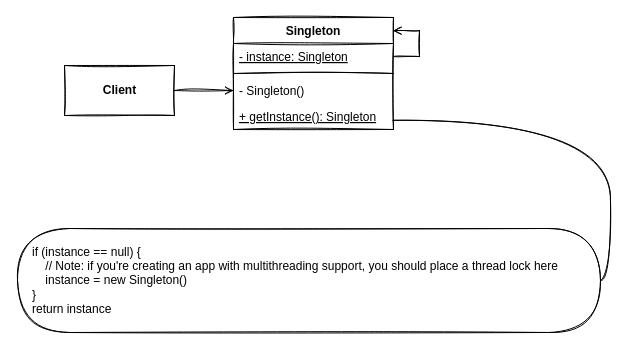
This is page "Standard" (1 of 2) of src/05-Singleton/UML.drawio from MangoPomelo/DesignPatternPractice, a draw.io file, before an edit. Source tidied: cells renumbered, new cells numbered last; positions are measured from the earlier drawing's top-left corner, leaving out a move shared by most shapes. Both pictures are drawn from the tidied source at 100%, with x=0, y=0 at pixel (17, 17).
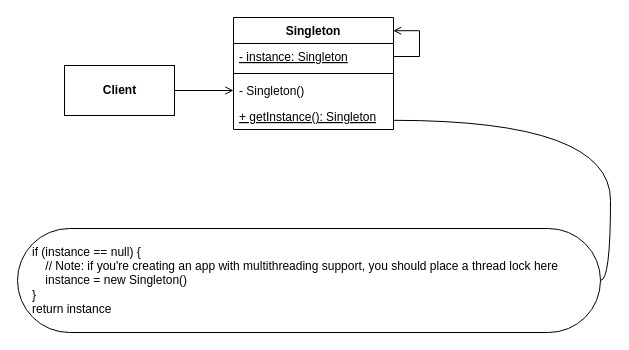
After the change.

What changed in the source:
```diff
@@
 <mxGraphModel>
   <root>
     <mxCell id="0" />
     <mxCell id="1" parent="0" />
-    <mxCell id="2" style="edgeStyle=none;sketch=1;html=1;endArrow=open;endFill=0;" parent="1" edge="1" source="3" target="8">
+    <mxCell id="2" style="edgeStyle=none;html=1;endArrow=open;endFill=0;" parent="1" edge="1" source="3" target="8">
       <mxGeometry relative="1" as="geometry" />
     </mxCell>
-    <mxCell id="3" value="Client" style="html=1;sketch=1;fontStyle=1;" parent="1" vertex="1">
+    <mxCell id="3" value="Client" style="html=1;fontStyle=1;" parent="1" vertex="1">
       <mxGeometry x="47" y="48" width="110" height="50" as="geometry" />
     </mxCell>
-    <mxCell id="4" value="Singleton" style="swimlane;fontStyle=1;align=center;verticalAlign=top;horizontal=1;startSize=26;sketch=1;" parent="1" vertex="1">
+    <mxCell id="4" value="Singleton" style="swimlane;fontStyle=1;align=center;verticalAlign=top;horizontal=1;startSize=26;" parent="1" vertex="1">
       <mxGeometry x="216" width="160" height="112" as="geometry" />
     </mxCell>
-    <mxCell id="5" style="edgeStyle=orthogonalEdgeStyle;rounded=0;sketch=1;html=1;exitX=1;exitY=0.5;exitDx=0;exitDy=0;entryX=0.998;entryY=0.118;entryDx=0;entryDy=0;entryPerimeter=0;endArrow=open;endFill=0;" parent="4" edge="1" source="6" target="4">
+    <mxCell id="5" style="edgeStyle=orthogonalEdgeStyle;rounded=0;html=1;exitX=1;exitY=0.5;exitDx=0;exitDy=0;entryX=0.998;entryY=0.118;entryDx=0;entryDy=0;entryPerimeter=0;endArrow=open;endFill=0;" parent="4" edge="1" source="6" target="4">
       <mxGeometry relative="1" as="geometry">
         <Array as="points">
           <mxPoint x="186" y="39" />
           <mxPoint x="186" y="13" />
         </Array>
       </mxGeometry>
     </mxCell>
-    <mxCell id="6" value="- instance: Singleton" style="text;strokeColor=none;fillColor=none;align=left;verticalAlign=top;spacingLeft=4;spacingRight=4;overflow=hidden;points=[[0,0.5],[1,0.5]];portConstraint=eastwest;sketch=1;fontStyle=4;" parent="4" vertex="1">
+    <mxCell id="6" value="- instance: Singleton" style="text;strokeColor=none;fillColor=none;align=left;verticalAlign=top;spacingLeft=4;spacingRight=4;overflow=hidden;points=[[0,0.5],[1,0.5]];portConstraint=eastwest;fontStyle=4;" parent="4" vertex="1">
       <mxGeometry y="26" width="160" height="26" as="geometry" />
     </mxCell>
-    <mxCell id="7" style="line;strokeWidth=1;fillColor=none;align=left;verticalAlign=middle;spacingTop=-1;spacingLeft=3;spacingRight=3;labelPosition=right;sketch=1;" parent="4" vertex="1">
+    <mxCell id="7" style="line;strokeWidth=1;fillColor=none;align=left;verticalAlign=middle;spacingTop=-1;spacingLeft=3;spacingRight=3;labelPosition=right;" parent="4" vertex="1">
       <mxGeometry y="52" width="160" height="8" as="geometry" />
     </mxCell>
-    <mxCell id="8" value="- Singleton()" style="text;strokeColor=none;fillColor=none;align=left;verticalAlign=top;spacingLeft=4;spacingRight=4;overflow=hidden;points=[[0,0.5],[1,0.5]];portConstraint=eastwest;sketch=1;" parent="4" vertex="1">
+    <mxCell id="8" value="- Singleton()" style="text;strokeColor=none;fillColor=none;align=left;verticalAlign=top;spacingLeft=4;spacingRight=4;overflow=hidden;points=[[0,0.5],[1,0.5]];portConstraint=eastwest;" parent="4" vertex="1">
       <mxGeometry y="60" width="160" height="26" as="geometry" />
     </mxCell>
-    <mxCell id="9" value="+ getInstance(): Singleton" style="text;strokeColor=none;fillColor=none;align=left;verticalAlign=top;spacingLeft=4;spacingRight=4;overflow=hidden;points=[[0,0.5],[1,0.5]];portConstraint=eastwest;sketch=1;fontStyle=4;" parent="4" vertex="1">
+    <mxCell id="9" value="+ getInstance(): Singleton" style="text;strokeColor=none;fillColor=none;align=left;verticalAlign=top;spacingLeft=4;spacingRight=4;overflow=hidden;points=[[0,0.5],[1,0.5]];portConstraint=eastwest;fontStyle=4;" parent="4" vertex="1">
       <mxGeometry y="86" width="160" height="26" as="geometry" />
     </mxCell>
-    <mxCell id="10" value="if (instance == null) {&lt;br&gt;&amp;nbsp; &amp;nbsp; // Note: if you're creating an app with multithreading support, you should place a thread lock here&lt;br&gt;&amp;nbsp; &amp;nbsp; instance = new Singleton()&lt;br&gt;}&lt;br&gt;return instance" style="whiteSpace=wrap;html=1;rounded=1;arcSize=50;align=left;verticalAlign=middle;strokeWidth=1;spacing=15;newEdgeStyle={&quot;edgeStyle&quot;:&quot;entityRelationEdgeStyle&quot;,&quot;startArrow&quot;:&quot;none&quot;,&quot;endArrow&quot;:&quot;none&quot;,&quot;segment&quot;:10,&quot;curved&quot;:1};sketch=1;" parent="1" vertex="1">
+    <mxCell id="10" value="if (instance == null) {&lt;br&gt;&amp;nbsp; &amp;nbsp; // Note: if you're creating an app with multithreading support, you should place a thread lock here&lt;br&gt;&amp;nbsp; &amp;nbsp; instance = new Singleton()&lt;br&gt;}&lt;br&gt;return instance" style="whiteSpace=wrap;html=1;rounded=1;arcSize=50;align=left;verticalAlign=middle;strokeWidth=1;spacing=15;newEdgeStyle={&quot;edgeStyle&quot;:&quot;entityRelationEdgeStyle&quot;,&quot;startArrow&quot;:&quot;none&quot;,&quot;endArrow&quot;:&quot;none&quot;,&quot;segment&quot;:10,&quot;curved&quot;:1};" parent="1" vertex="1">
       <mxGeometry y="211" width="583" height="104" as="geometry" />
     </mxCell>
-    <mxCell id="11" style="edgeStyle=entityRelationEdgeStyle;startArrow=none;endArrow=none;segment=10;curved=1;rounded=0;sketch=1;exitX=0.997;exitY=0.646;exitDx=0;exitDy=0;exitPerimeter=0;" parent="1" edge="1" source="9" target="10">
+    <mxCell id="11" style="edgeStyle=entityRelationEdgeStyle;startArrow=none;endArrow=none;segment=10;curved=1;rounded=0;exitX=0.997;exitY=0.646;exitDx=0;exitDy=0;exitPerimeter=0;" parent="1" edge="1" source="9" target="10">
       <mxGeometry relative="1" as="geometry" />
     </mxCell>
   </root>
 </mxGraphModel>
```
